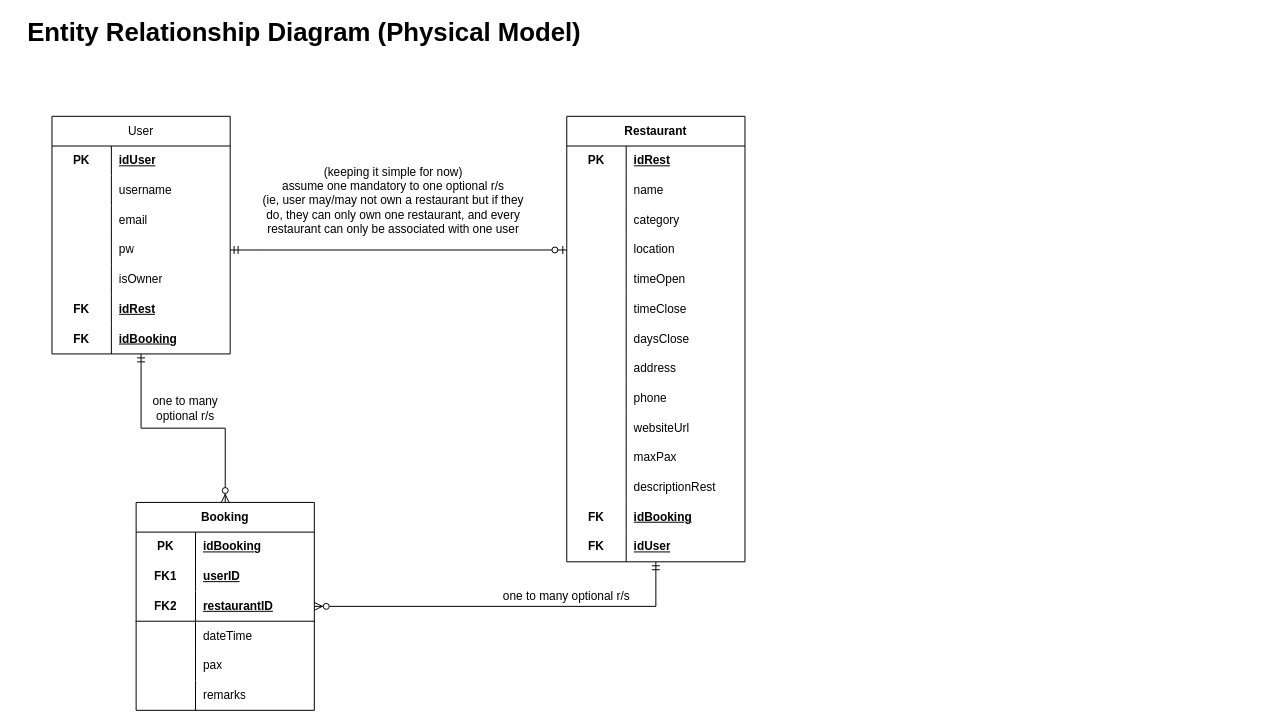
Earlier version of the draw.io diagram database_erd.drawio (jx0906/proj3-backend). Source tidied: cells renumbered, new cells numbered last; positions are measured from the earlier drawing's top-left corner, leaving out a move shared by most shapes. Both pictures are drawn from the tidied source at 99%, with x=0, y=0 at pixel (17, 17).
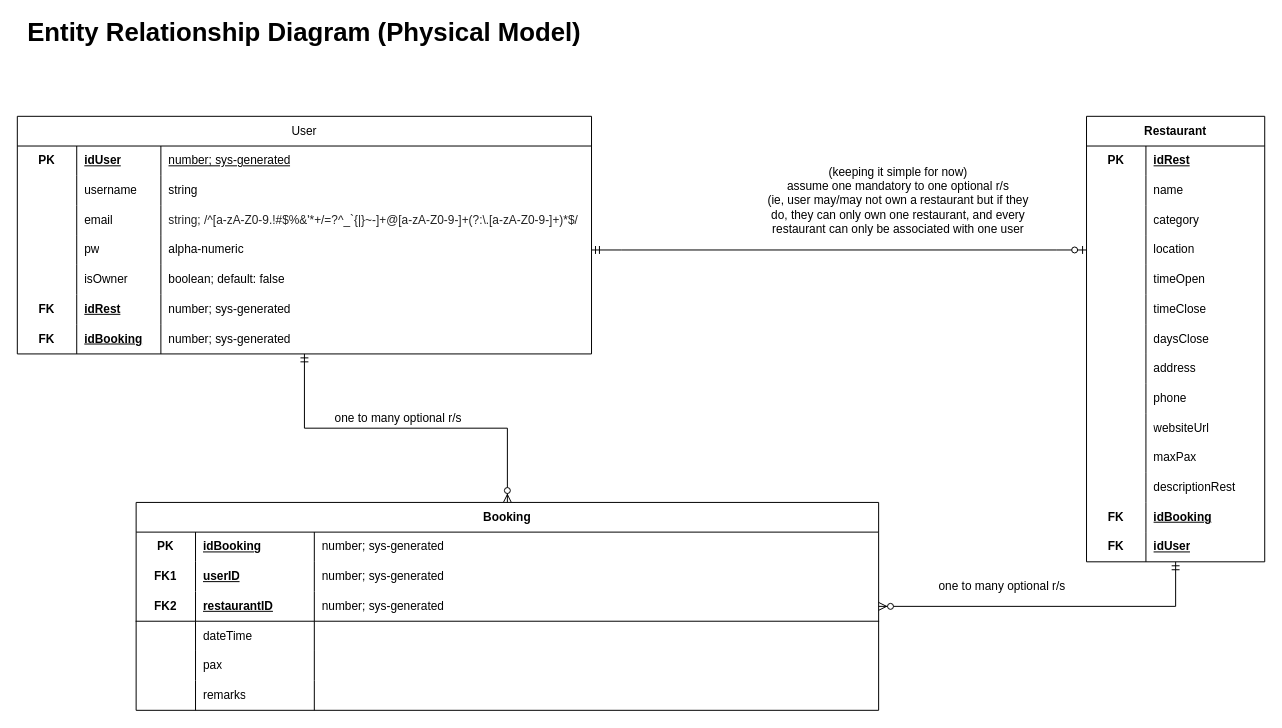
Above is the later version.

Commit message:
include data format and validation details for user db

Change to the diagram source:
```diff
@@
     <mxCell id="3" value="User" style="shape=table;startSize=30;childLayout=tableLayout;rowLines=0;fontStyle=0;align=center;html=1;whiteSpace=wrap;" parent="1" vertex="1">
-      <mxGeometry x="35" y="100" width="180" height="240" as="geometry" />
+      <mxGeometry y="100" width="580" height="240" as="geometry" />
     </mxCell>
     <mxCell id="4" style="shape=tableRow;horizontal=0;startSize=0;swimlaneHead=0;swimlaneBody=0;fillColor=none;top=0;left=0;right=0;bottom=0;html=1;" parent="3" vertex="1">
-      <mxGeometry y="30" width="180" height="30" as="geometry" />
+      <mxGeometry y="30" width="580" height="30" as="geometry" />
     </mxCell>
@@
     <mxCell id="6" value="idUser" style="shape=partialRectangle;fillColor=none;top=0;left=0;bottom=0;right=0;align=left;spacingLeft=6;fontStyle=5;overflow=hidden;html=1;whiteSpace=wrap;" parent="4" vertex="1">
-      <mxGeometry x="60" width="120" height="30" as="geometry" />
+      <mxGeometry x="60" width="85" height="30" as="geometry" />
     </mxCell>
+    <mxCell id="93" value="&lt;span style=&quot;font-weight: normal;&quot;&gt;number; sys-generated&lt;/span&gt;" style="shape=partialRectangle;fillColor=none;top=0;left=0;bottom=0;right=0;align=left;spacingLeft=6;fontStyle=5;overflow=hidden;html=1;whiteSpace=wrap;" parent="4" vertex="1">
+      <mxGeometry x="145" width="435" height="30" as="geometry" />
+    </mxCell>
     <mxCell id="7" style="shape=tableRow;horizontal=0;startSize=0;swimlaneHead=0;swimlaneBody=0;fillColor=none;top=0;left=0;right=0;bottom=0;html=1;" parent="3" vertex="1">
-      <mxGeometry y="60" width="180" height="30" as="geometry" />
+      <mxGeometry y="60" width="580" height="30" as="geometry" />
     </mxCell>
@@
     <mxCell id="9" value="username" style="shape=partialRectangle;fillColor=none;top=0;left=0;bottom=0;right=0;align=left;spacingLeft=6;overflow=hidden;html=1;whiteSpace=wrap;" parent="7" vertex="1">
-      <mxGeometry x="60" width="120" height="30" as="geometry" />
+      <mxGeometry x="60" width="85" height="30" as="geometry" />
     </mxCell>
+    <mxCell id="94" value="string" style="shape=partialRectangle;fillColor=none;top=0;left=0;bottom=0;right=0;align=left;spacingLeft=6;overflow=hidden;html=1;whiteSpace=wrap;" parent="7" vertex="1">
+      <mxGeometry x="145" width="435" height="30" as="geometry" />
+    </mxCell>
     <mxCell id="10" style="shape=tableRow;horizontal=0;startSize=0;swimlaneHead=0;swimlaneBody=0;fillColor=none;top=0;left=0;right=0;bottom=0;html=1;" parent="3" vertex="1">
-      <mxGeometry y="90" width="180" height="30" as="geometry" />
+      <mxGeometry y="90" width="580" height="30" as="geometry" />
     </mxCell>
@@
     <mxCell id="12" value="email" style="shape=partialRectangle;fillColor=none;top=0;left=0;bottom=0;right=0;align=left;spacingLeft=6;overflow=hidden;html=1;whiteSpace=wrap;" parent="10" vertex="1">
-      <mxGeometry x="60" width="120" height="30" as="geometry" />
+      <mxGeometry x="60" width="85" height="30" as="geometry" />
     </mxCell>
+    <mxCell id="95" value="&lt;font style=&quot;font-size: 12px;&quot;&gt;&lt;span style=&quot;color: rgba(0, 0, 0, 0.87); font-family: Helvetica, Arial, sans-serif; font-style: normal; font-variant-ligatures: normal; font-variant-caps: normal; font-weight: 400; letter-spacing: normal; orphans: 2; text-align: start; text-indent: 0px; text-transform: none; widows: 2; word-spacing: 0px; -webkit-text-stroke-width: 0px; background-color: rgb(255, 255, 255); text-decoration-thickness: initial; text-decoration-style: initial; text-decoration-color: initial; float: none; display: inline !important;&quot;&gt;string; /^[a-zA-Z0-9.!#$%&amp;amp;'*+/=?^_`{|}~-]+@[a-zA-Z0-9-]+(?:\.[a-zA-Z0-9-]+)*$/&lt;/span&gt;&lt;br&gt;&lt;/font&gt;" style="shape=partialRectangle;fillColor=none;top=0;left=0;bottom=0;right=0;align=left;spacingLeft=6;overflow=hidden;html=1;whiteSpace=wrap;" parent="10" vertex="1">
+      <mxGeometry x="145" width="435" height="30" as="geometry" />
+    </mxCell>
     <mxCell id="13" style="shape=tableRow;horizontal=0;startSize=0;swimlaneHead=0;swimlaneBody=0;fillColor=none;points=[[0,0.5],[1,0.5]];portConstraint=eastwest;top=0;left=0;right=0;bottom=0;html=1;" parent="3" vertex="1">
-      <mxGeometry y="120" width="180" height="30" as="geometry" />
+      <mxGeometry y="120" width="580" height="30" as="geometry" />
     </mxCell>
@@
     <mxCell id="15" value="pw" style="shape=partialRectangle;fillColor=none;top=0;left=0;bottom=0;right=0;align=left;spacingLeft=6;overflow=hidden;html=1;whiteSpace=wrap;" parent="13" vertex="1">
-      <mxGeometry x="60" width="120" height="30" as="geometry" />
+      <mxGeometry x="60" width="85" height="30" as="geometry" />
     </mxCell>
+    <mxCell id="96" value="alpha-numeric&amp;nbsp;" style="shape=partialRectangle;fillColor=none;top=0;left=0;bottom=0;right=0;align=left;spacingLeft=6;overflow=hidden;html=1;whiteSpace=wrap;" parent="13" vertex="1">
+      <mxGeometry x="145" width="435" height="30" as="geometry" />
+    </mxCell>
     <mxCell id="16" style="shape=tableRow;horizontal=0;startSize=0;swimlaneHead=0;swimlaneBody=0;fillColor=none;top=0;left=0;right=0;bottom=0;html=1;" parent="3" vertex="1">
-      <mxGeometry y="150" width="180" height="30" as="geometry" />
+      <mxGeometry y="150" width="580" height="30" as="geometry" />
     </mxCell>
@@
     <mxCell id="18" value="isOwner" style="shape=partialRectangle;fillColor=none;top=0;left=0;bottom=0;right=0;align=left;spacingLeft=6;overflow=hidden;html=1;whiteSpace=wrap;" parent="16" vertex="1">
-      <mxGeometry x="60" width="120" height="30" as="geometry" />
+      <mxGeometry x="60" width="85" height="30" as="geometry" />
     </mxCell>
+    <mxCell id="97" value="boolean; default: false" style="shape=partialRectangle;fillColor=none;top=0;left=0;bottom=0;right=0;align=left;spacingLeft=6;overflow=hidden;html=1;whiteSpace=wrap;" parent="16" vertex="1">
+      <mxGeometry x="145" width="435" height="30" as="geometry" />
+    </mxCell>
     <mxCell id="19" style="shape=tableRow;horizontal=0;startSize=0;swimlaneHead=0;swimlaneBody=0;fillColor=none;top=0;left=0;right=0;bottom=0;html=1;" parent="3" vertex="1">
-      <mxGeometry y="180" width="180" height="30" as="geometry" />
+      <mxGeometry y="180" width="580" height="30" as="geometry" />
     </mxCell>
@@
     <mxCell id="21" value="&lt;b&gt;&lt;u&gt;idRest&lt;/u&gt;&lt;/b&gt;" style="shape=partialRectangle;fillColor=none;top=0;left=0;bottom=0;right=0;align=left;spacingLeft=6;overflow=hidden;html=1;whiteSpace=wrap;" parent="19" vertex="1">
-      <mxGeometry x="60" width="120" height="30" as="geometry" />
+      <mxGeometry x="60" width="85" height="30" as="geometry" />
     </mxCell>
+    <mxCell id="98" value="number; sys-generated" style="shape=partialRectangle;fillColor=none;top=0;left=0;bottom=0;right=0;align=left;spacingLeft=6;overflow=hidden;html=1;whiteSpace=wrap;" parent="19" vertex="1">
+      <mxGeometry x="145" width="435" height="30" as="geometry" />
+    </mxCell>
     <mxCell id="22" style="shape=tableRow;horizontal=0;startSize=0;swimlaneHead=0;swimlaneBody=0;fillColor=none;top=0;left=0;right=0;bottom=0;html=1;" parent="3" vertex="1">
-      <mxGeometry y="210" width="180" height="30" as="geometry" />
+      <mxGeometry y="210" width="580" height="30" as="geometry" />
     </mxCell>
@@
     <mxCell id="24" value="&lt;u&gt;idBooking&lt;/u&gt;" style="shape=partialRectangle;fillColor=none;top=0;left=0;bottom=0;right=0;align=left;spacingLeft=6;overflow=hidden;html=1;whiteSpace=wrap;fontStyle=1;" parent="22" vertex="1">
-      <mxGeometry x="60" width="120" height="30" as="geometry" />
+      <mxGeometry x="60" width="85" height="30" as="geometry" />
     </mxCell>
+    <mxCell id="99" value="&lt;span style=&quot;font-weight: normal;&quot;&gt;number; sys-generated&lt;/span&gt;" style="shape=partialRectangle;fillColor=none;top=0;left=0;bottom=0;right=0;align=left;spacingLeft=6;overflow=hidden;html=1;whiteSpace=wrap;fontStyle=1;" parent="22" vertex="1">
+      <mxGeometry x="145" width="435" height="30" as="geometry" />
+    </mxCell>
@@
     <mxCell id="26" value="Restaurant" style="shape=table;startSize=30;childLayout=tableLayout;rowLines=0;fontStyle=1;align=center;html=1;whiteSpace=wrap;" parent="1" vertex="1">
-      <mxGeometry x="555" y="100" width="180" height="450" as="geometry" />
+      <mxGeometry x="1080" y="100" width="180" height="450" as="geometry" />
     </mxCell>
@@
     <mxCell id="69" value="Booking" style="shape=table;startSize=30;childLayout=tableLayout;rowLines=0;fontStyle=1;align=center;html=1;whiteSpace=wrap;" parent="1" vertex="1">
-      <mxGeometry x="120" y="490" width="180" height="210" as="geometry" />
+      <mxGeometry x="120" y="490" width="750" height="210" as="geometry" />
     </mxCell>
     <mxCell id="70" style="shape=tableRow;horizontal=0;startSize=0;swimlaneHead=0;swimlaneBody=0;fillColor=none;top=0;left=0;right=0;bottom=0;html=1;" parent="69" vertex="1">
-      <mxGeometry y="30" width="180" height="30" as="geometry" />
+      <mxGeometry y="30" width="750" height="30" as="geometry" />
     </mxCell>
@@
+    <mxCell id="100" value="number; sys-generated" style="shape=partialRectangle;fillColor=none;top=0;left=0;bottom=0;right=0;align=left;spacingLeft=6;fontStyle=0;overflow=hidden;html=1;whiteSpace=wrap;" parent="70" vertex="1">
+      <mxGeometry x="180" width="570" height="30" as="geometry" />
+    </mxCell>
     <mxCell id="73" style="shape=tableRow;horizontal=0;startSize=0;swimlaneHead=0;swimlaneBody=0;fillColor=none;top=0;left=0;right=0;bottom=0;html=1;" parent="69" vertex="1">
-      <mxGeometry y="60" width="180" height="30" as="geometry" />
+      <mxGeometry y="60" width="750" height="30" as="geometry" />
     </mxCell>
@@
+    <mxCell id="101" value="number; sys-generated" style="shape=partialRectangle;fillColor=none;top=0;left=0;bottom=0;right=0;align=left;spacingLeft=6;fontStyle=0;overflow=hidden;html=1;whiteSpace=wrap;" parent="73" vertex="1">
+      <mxGeometry x="180" width="570" height="30" as="geometry" />
+    </mxCell>
     <mxCell id="76" style="shape=tableRow;horizontal=0;startSize=0;swimlaneHead=0;swimlaneBody=0;fillColor=none;points=[[0,0.5],[1,0.5]];portConstraint=eastwest;top=0;left=0;right=0;bottom=1;html=1;" parent="69" vertex="1">
-      <mxGeometry y="90" width="180" height="30" as="geometry" />
+      <mxGeometry y="90" width="750" height="30" as="geometry" />
     </mxCell>
@@
+    <mxCell id="102" value="number; sys-generated" style="shape=partialRectangle;fillColor=none;top=0;left=0;bottom=0;right=0;align=left;spacingLeft=6;fontStyle=0;overflow=hidden;html=1;whiteSpace=wrap;" parent="76" vertex="1">
+      <mxGeometry x="180" width="570" height="30" as="geometry" />
+    </mxCell>
     <mxCell id="79" style="shape=tableRow;horizontal=0;startSize=0;swimlaneHead=0;swimlaneBody=0;fillColor=none;top=0;left=0;right=0;bottom=0;html=1;" parent="69" vertex="1">
-      <mxGeometry y="120" width="180" height="30" as="geometry" />
+      <mxGeometry y="120" width="750" height="30" as="geometry" />
     </mxCell>
@@
+    <mxCell id="103" style="shape=partialRectangle;fillColor=none;top=0;left=0;bottom=0;right=0;align=left;spacingLeft=6;overflow=hidden;html=1;whiteSpace=wrap;" parent="79" vertex="1">
+      <mxGeometry x="180" width="570" height="30" as="geometry" />
+    </mxCell>
     <mxCell id="82" style="shape=tableRow;horizontal=0;startSize=0;swimlaneHead=0;swimlaneBody=0;fillColor=none;top=0;left=0;right=0;bottom=0;html=1;" parent="69" vertex="1">
-      <mxGeometry y="150" width="180" height="30" as="geometry" />
+      <mxGeometry y="150" width="750" height="30" as="geometry" />
     </mxCell>
@@
+    <mxCell id="104" style="shape=partialRectangle;fillColor=none;top=0;left=0;bottom=0;right=0;align=left;spacingLeft=6;overflow=hidden;html=1;whiteSpace=wrap;" parent="82" vertex="1">
+      <mxGeometry x="180" width="570" height="30" as="geometry" />
+    </mxCell>
     <mxCell id="85" style="shape=tableRow;horizontal=0;startSize=0;swimlaneHead=0;swimlaneBody=0;fillColor=none;top=0;left=0;right=0;bottom=0;html=1;" parent="69" vertex="1">
-      <mxGeometry y="180" width="180" height="30" as="geometry" />
+      <mxGeometry y="180" width="750" height="30" as="geometry" />
     </mxCell>
@@
+    <mxCell id="105" style="shape=partialRectangle;fillColor=none;top=0;left=0;bottom=0;right=0;align=left;spacingLeft=6;overflow=hidden;html=1;whiteSpace=wrap;" parent="85" vertex="1">
+      <mxGeometry x="180" width="570" height="30" as="geometry" />
+    </mxCell>
@@
     <mxCell id="89" value="one to many optional r/s" style="text;html=1;strokeColor=none;fillColor=none;align=center;verticalAlign=middle;whiteSpace=wrap;rounded=0;" parent="1" vertex="1">
-      <mxGeometry x="130" y="360" width="80" height="70" as="geometry" />
+      <mxGeometry x="275" y="370" width="220" height="70" as="geometry" />
     </mxCell>
     <mxCell id="90" value="(keeping it simple for now)&lt;br style=&quot;border-color: var(--border-color);&quot;&gt;assume one mandatory to one optional r/s&lt;br style=&quot;border-color: var(--border-color);&quot;&gt;(ie, user may/may not own a restaurant but if they do, they can only own one restaurant, and every&lt;br style=&quot;border-color: var(--border-color);&quot;&gt;restaurant can only be associated with one user" style="text;html=1;strokeColor=none;fillColor=none;align=center;verticalAlign=middle;whiteSpace=wrap;rounded=0;" parent="1" vertex="1">
-      <mxGeometry x="240" y="140" width="280" height="90" as="geometry" />
+      <mxGeometry x="750" y="140" width="280" height="90" as="geometry" />
     </mxCell>
     <mxCell id="91" value="one to many optional r/s" style="text;html=1;strokeColor=none;fillColor=none;align=center;verticalAlign=middle;whiteSpace=wrap;rounded=0;" parent="1" vertex="1">
-      <mxGeometry x="470" y="550" width="170" height="70" as="geometry" />
+      <mxGeometry x="910" y="540" width="170" height="70" as="geometry" />
     </mxCell>
```
